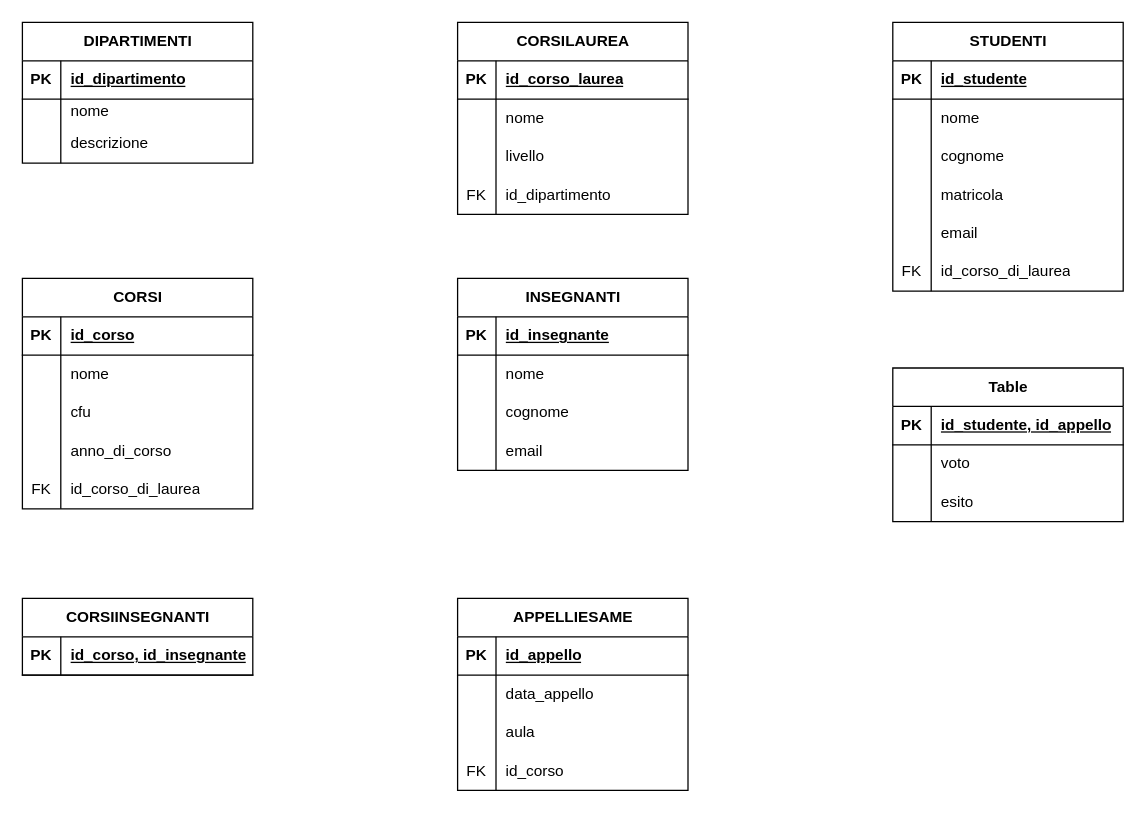
Michecosa/db-university keeps this draw.io diagram as university.dio. Above is the earlier version. Source tidied: cells renumbered, new cells numbered last; positions are measured from the earlier drawing's top-left corner, leaving out a move shared by most shapes. Both pictures are drawn from the tidied source at 128%, with x=0, y=0 at pixel (22, 22).
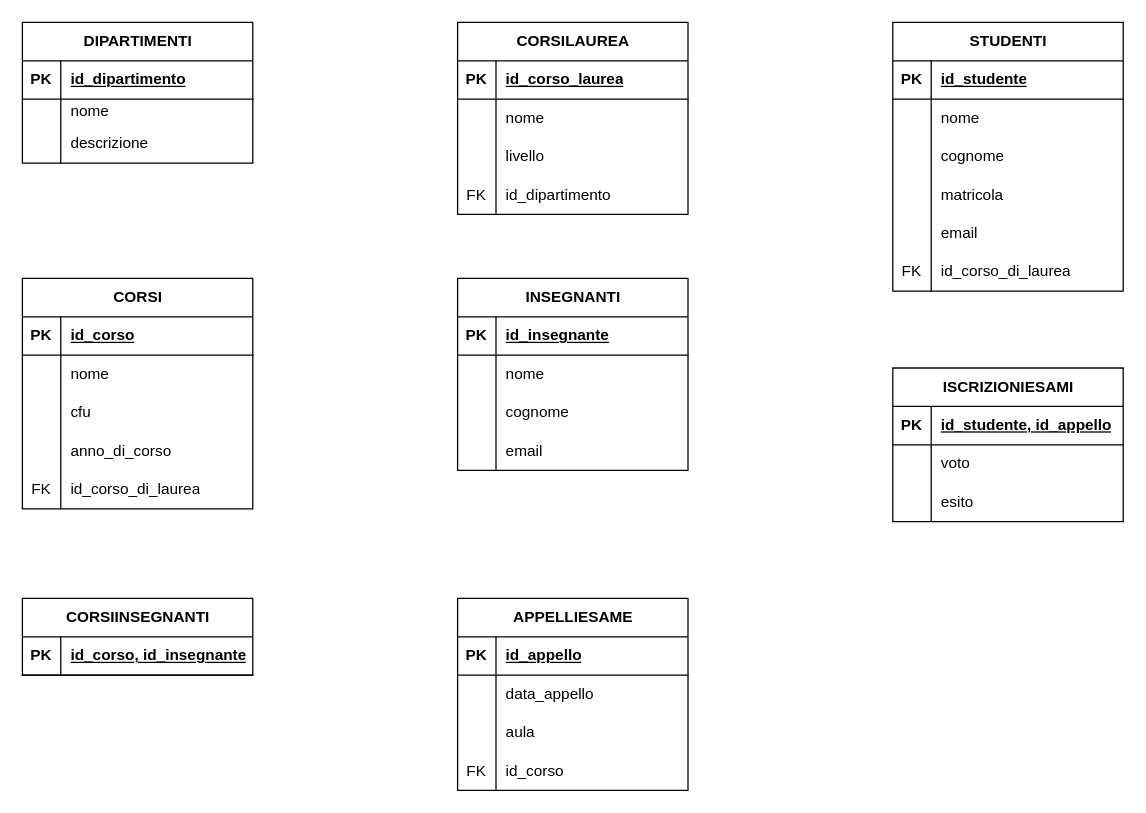
The same page after the edit.

What changed in the source:
```diff
@@
-    <mxCell id="90" value="Table" style="shape=table;startSize=30;childLayout=tableLayout;rowLines=0;fontStyle=1;align=center;html=1;" parent="1" vertex="1">
+    <mxCell id="90" value="ISCRIZIONIESAMI" style="shape=table;startSize=30;childLayout=tableLayout;rowLines=0;fontStyle=1;align=center;html=1;" parent="1" vertex="1">
       <mxGeometry x="680" y="270" width="180" height="120" as="geometry" />
     </mxCell>
```
